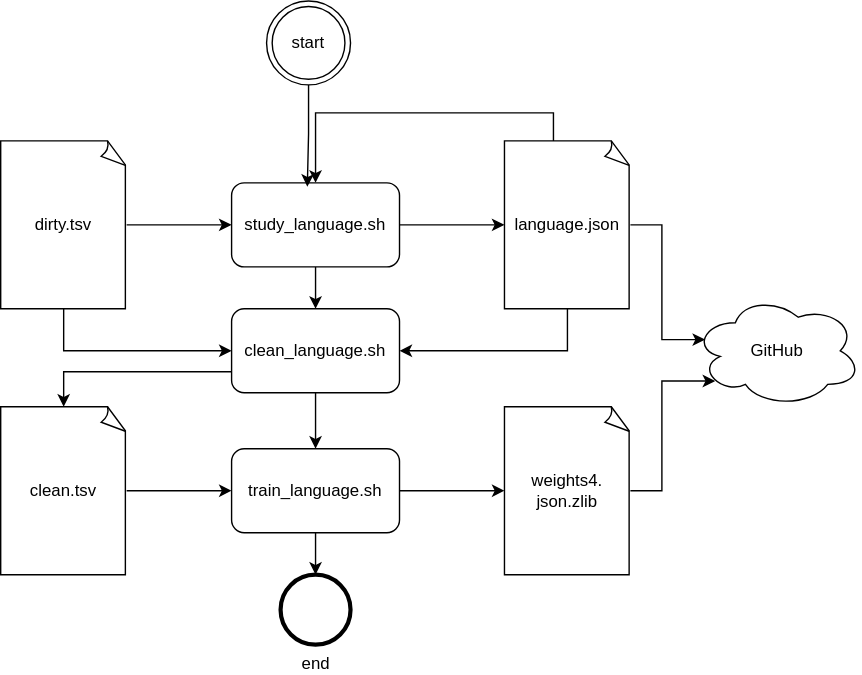
Above: dicts/adding_a_language.drawio.svg in neurlang/goruut (draw.io), before the change. Source tidied: cells renumbered, new cells last; positions are measured from the earlier drawing's top-left corner, leaving out a move shared by most shapes.
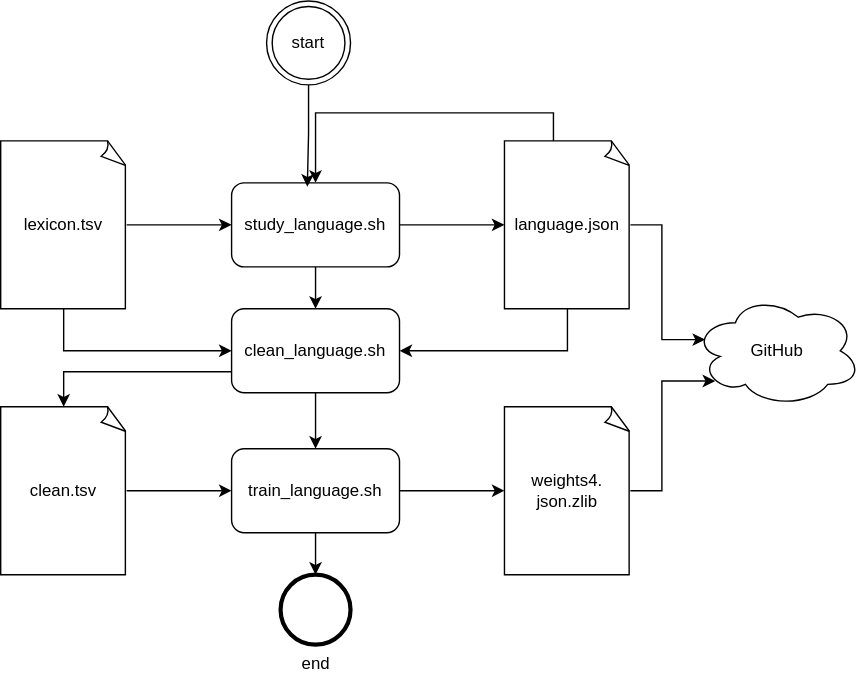
Above is the later version.

Commit message:
rename dirty to lexicon

Diff of the diagram source:
```diff
@@ -12,7 +12,7 @@
         </Array>
       </mxGeometry>
     </mxCell>
-    <mxCell id="4" value="dirty.tsv" style="whiteSpace=wrap;html=1;shape=mxgraph.basic.document;" parent="1" vertex="1">
+    <mxCell id="4" value="lexicon.tsv" style="whiteSpace=wrap;html=1;shape=mxgraph.basic.document;" parent="1" vertex="1">
       <mxGeometry y="100" width="90" height="120" as="geometry" />
     </mxCell>
     <mxCell id="5" style="edgeStyle=orthogonalEdgeStyle;rounded=0;jettySize=auto;html=1;entryX=0;entryY=0.5;entryDx=0;entryDy=0;" parent="1" edge="1" source="6" target="17">
```
